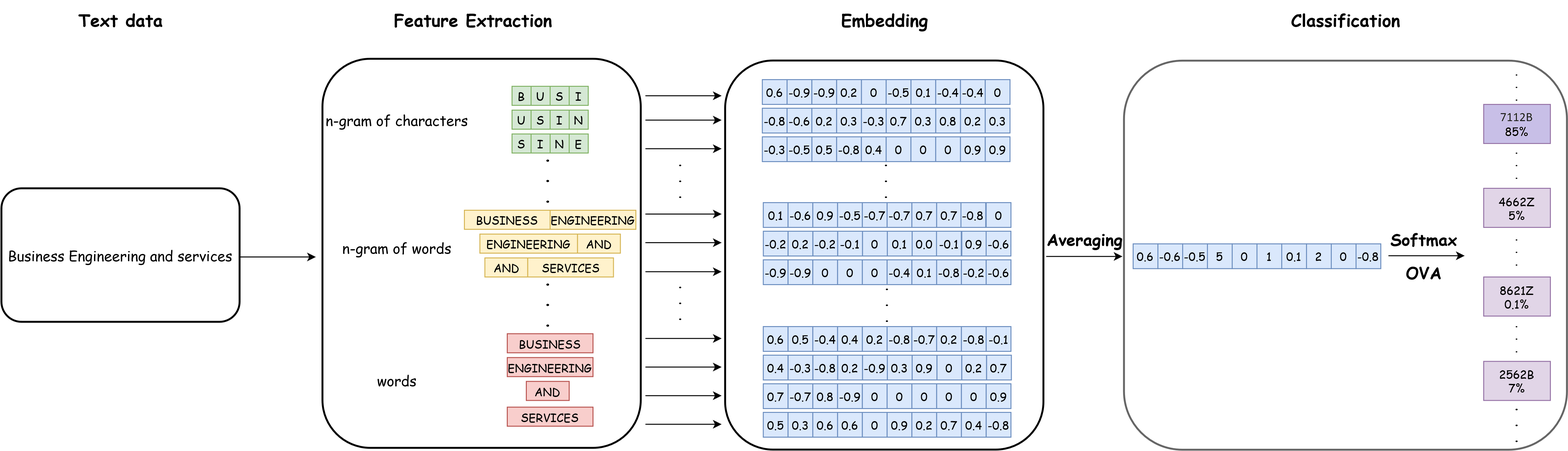
This is slides/img/diag-fasttext-rectif.png from InseeFrLab/codif-ape-prez, a draw.io export, as it was before one commit. Source tidied: cells renumbered, new cells last; positions are measured from the earlier drawing's top-left corner, leaving out a move shared by most shapes.
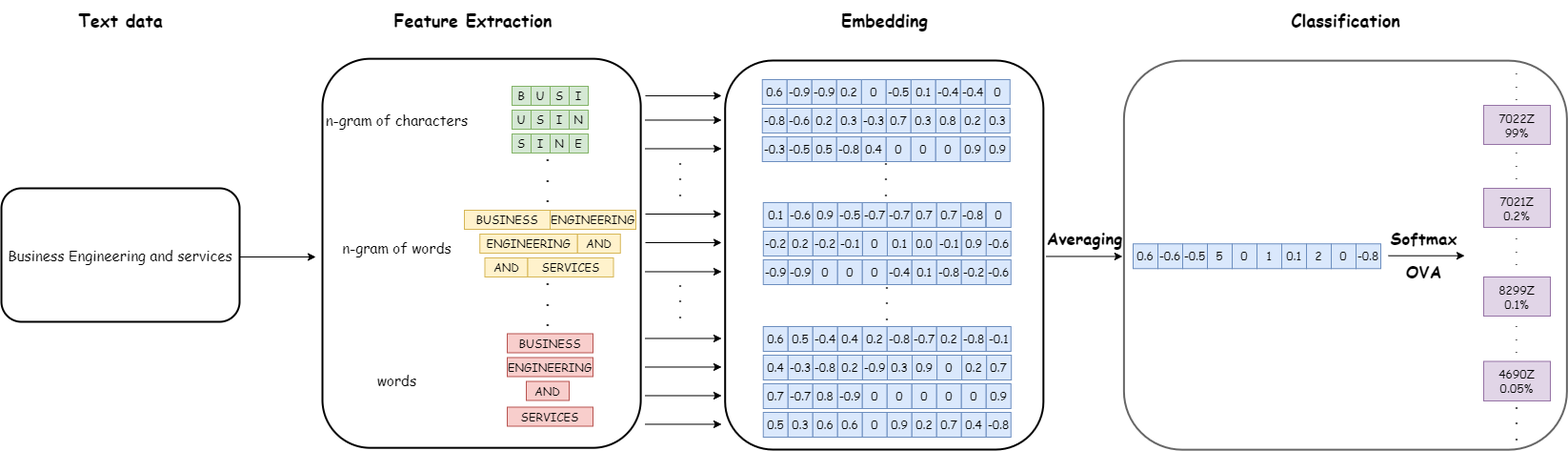
Above is the later version.

Diff of the diagram source:
```diff
@@ -479,7 +479,7 @@
     <mxCell id="157" value="&lt;font&gt;-0.&lt;/font&gt;&lt;font&gt;8&lt;/font&gt;" style="whiteSpace=wrap;html=1;fillColor=#dae8fc;strokeColor=#6c8ebf;fontFamily=Comic Sans MS;fontColor=#000000;" parent="147" vertex="1">
       <mxGeometry x="234" width="26" height="26" as="geometry" />
     </mxCell>
-    <mxCell id="158" value="&lt;div&gt;&lt;font color=&quot;#000000&quot;&gt;4662Z&lt;/font&gt;&lt;/div&gt;&lt;div&gt;&lt;font color=&quot;#000000&quot;&gt;5%&lt;/font&gt;&lt;br&gt;&lt;/div&gt;" style="rounded=0;whiteSpace=wrap;html=1;fillColor=#e1d5e7;strokeColor=#9673a6;fontFamily=Comic Sans MS;" parent="1" vertex="1">
+    <mxCell id="158" value="&lt;div&gt;&lt;font color=&quot;#000000&quot;&gt;7021Z&lt;/font&gt;&lt;/div&gt;&lt;div&gt;&lt;font color=&quot;#000000&quot;&gt;0.2%&lt;/font&gt;&lt;br&gt;&lt;/div&gt;" style="rounded=0;whiteSpace=wrap;html=1;fillColor=#e1d5e7;strokeColor=#9673a6;fontFamily=Comic Sans MS;" parent="1" vertex="1">
       <mxGeometry x="1556" y="197" width="70" height="41" as="geometry" />
     </mxCell>
     <mxCell id="159" style="endArrow=classic;html=1;rounded=0;" parent="1" edge="1">
@@ -581,8 +581,8 @@
     <mxCell id="181" value="Softmax" style="text;html=1;align=center;verticalAlign=middle;strokeColor=none;fillColor=none;fontColor=#000000;fontStyle=1;fontSize=17;fontFamily=Comic Sans MS;" parent="1" vertex="1">
       <mxGeometry x="1448" y="235" width="90" height="30" as="geometry" />
     </mxCell>
-    <mxCell id="182" value="&lt;font color=&quot;#000000&quot;&gt;9602A&lt;/font&gt;&lt;div&gt;&lt;font color=&quot;#000000&quot;&gt;85%&lt;/font&gt;&lt;br&gt;&lt;/div&gt;" style="rounded=0;whiteSpace=wrap;html=1;fillColor=#e1d5e7;strokeColor=#9673a6;fontFamily=Comic Sans MS;" parent="1" vertex="1">
-      <mxGeometry x="1556" y="109" width="70" height="41" as="geometry" />
+    <mxCell id="182" value="&lt;font color=&quot;#000000&quot;&gt;7022Z&lt;/font&gt;&lt;div&gt;&lt;font color=&quot;#000000&quot;&gt;99%&lt;/font&gt;&lt;br&gt;&lt;/div&gt;" style="rounded=0;whiteSpace=wrap;html=1;fillColor=#e1d5e7;strokeColor=#9673a6;fontFamily=Comic Sans MS;" parent="1" vertex="1">
+      <mxGeometry x="1556" y="110" width="70" height="41" as="geometry" />
     </mxCell>
     <mxCell id="183" value=". . ." style="rounded=0;whiteSpace=wrap;html=1;fontSize=11;fontStyle=1;gradientColor=none;fillColor=none;align=center;verticalAlign=bottom;fontFamily=Comic Sans MS;strokeColor=none;direction=south;" parent="1" vertex="1">
       <mxGeometry x="1586" y="74.5" width="10" height="34.5" as="geometry" />
@@ -593,14 +593,14 @@
     <mxCell id="185" value=". . ." style="rounded=0;whiteSpace=wrap;html=1;fontSize=11;fontStyle=1;gradientColor=none;fillColor=none;align=center;verticalAlign=bottom;fontFamily=Comic Sans MS;strokeColor=none;direction=south;" parent="1" vertex="1">
       <mxGeometry x="1586" y="247.9" width="10" height="34.5" as="geometry" />
     </mxCell>
-    <mxCell id="186" value="&lt;div&gt;&lt;font color=&quot;#000000&quot;&gt;8621Z&lt;/font&gt;&lt;/div&gt;&lt;div&gt;&lt;font color=&quot;#000000&quot;&gt;0.1%&lt;/font&gt;&lt;br&gt;&lt;/div&gt;" style="rounded=0;whiteSpace=wrap;html=1;fillColor=#e1d5e7;strokeColor=#9673a6;fontFamily=Comic Sans MS;" parent="1" vertex="1">
+    <mxCell id="186" value="&lt;div&gt;&lt;font color=&quot;#000000&quot;&gt;8299Z&lt;/font&gt;&lt;/div&gt;&lt;div&gt;&lt;font color=&quot;#000000&quot;&gt;0.1%&lt;/font&gt;&lt;br&gt;&lt;/div&gt;" style="rounded=0;whiteSpace=wrap;html=1;fillColor=#e1d5e7;strokeColor=#9673a6;fontFamily=Comic Sans MS;" parent="1" vertex="1">
       <mxGeometry x="1556" y="290" width="70" height="41" as="geometry" />
     </mxCell>
     <mxCell id="187" value=". . ." style="rounded=0;whiteSpace=wrap;html=1;fontSize=11;fontStyle=1;gradientColor=none;fillColor=none;align=center;verticalAlign=bottom;fontFamily=Comic Sans MS;strokeColor=none;direction=south;" parent="1" vertex="1">
       <mxGeometry x="1586" y="339" width="10" height="34.5" as="geometry" />
     </mxCell>
-    <mxCell id="188" value="&lt;div&gt;&lt;font color=&quot;#000000&quot;&gt;2562B&lt;/font&gt;&lt;/div&gt;&lt;div&gt;&lt;font color=&quot;#000000&quot;&gt;7%&lt;/font&gt;&lt;br&gt;&lt;/div&gt;" style="rounded=0;whiteSpace=wrap;html=1;fillColor=#e1d5e7;strokeColor=#9673a6;fontFamily=Comic Sans MS;" parent="1" vertex="1">
-      <mxGeometry x="1556" y="378.5" width="70" height="41" as="geometry" />
+    <mxCell id="188" value="&lt;div&gt;4690Z&lt;/div&gt;&lt;div&gt;&lt;font color=&quot;#000000&quot;&gt;0.05%&lt;/font&gt;&lt;br&gt;&lt;/div&gt;" style="rounded=0;whiteSpace=wrap;html=1;fillColor=#e1d5e7;strokeColor=#9673a6;fontFamily=Comic Sans MS;" parent="1" vertex="1">
+      <mxGeometry x="1556" y="378.5" width="70" height="41.5" as="geometry" />
     </mxCell>
     <mxCell id="189" value=". . ." style="rounded=0;whiteSpace=wrap;html=1;fontSize=14;fontStyle=1;gradientColor=none;fillColor=none;align=center;verticalAlign=bottom;fontFamily=Comic Sans MS;strokeColor=none;direction=south;" parent="1" vertex="1">
       <mxGeometry x="1586" y="433" width="10" height="34.5" as="geometry" />
```
